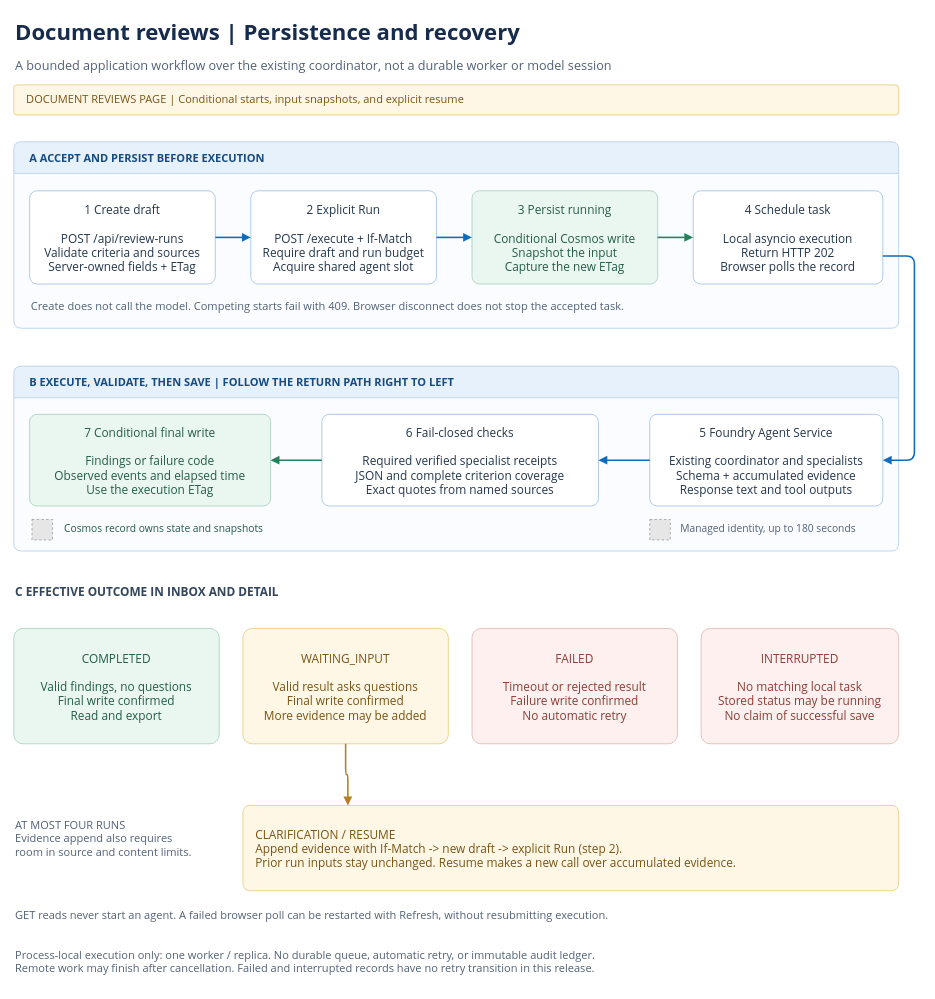
The draw.io diagram docs/images/review-lifecycle.drawio in michael-rechani/foundry-agent-accelerator, before the edit. Source tidied: cells renumbered, new cells numbered last; positions are measured from the earlier drawing's top-left corner, leaving out a move shared by most shapes. Both pictures are drawn from the tidied source at 79%, with x=0, y=0 at pixel (13, 13). Pictures stored in the file or linked from it are replaced by grey dashed boxes.
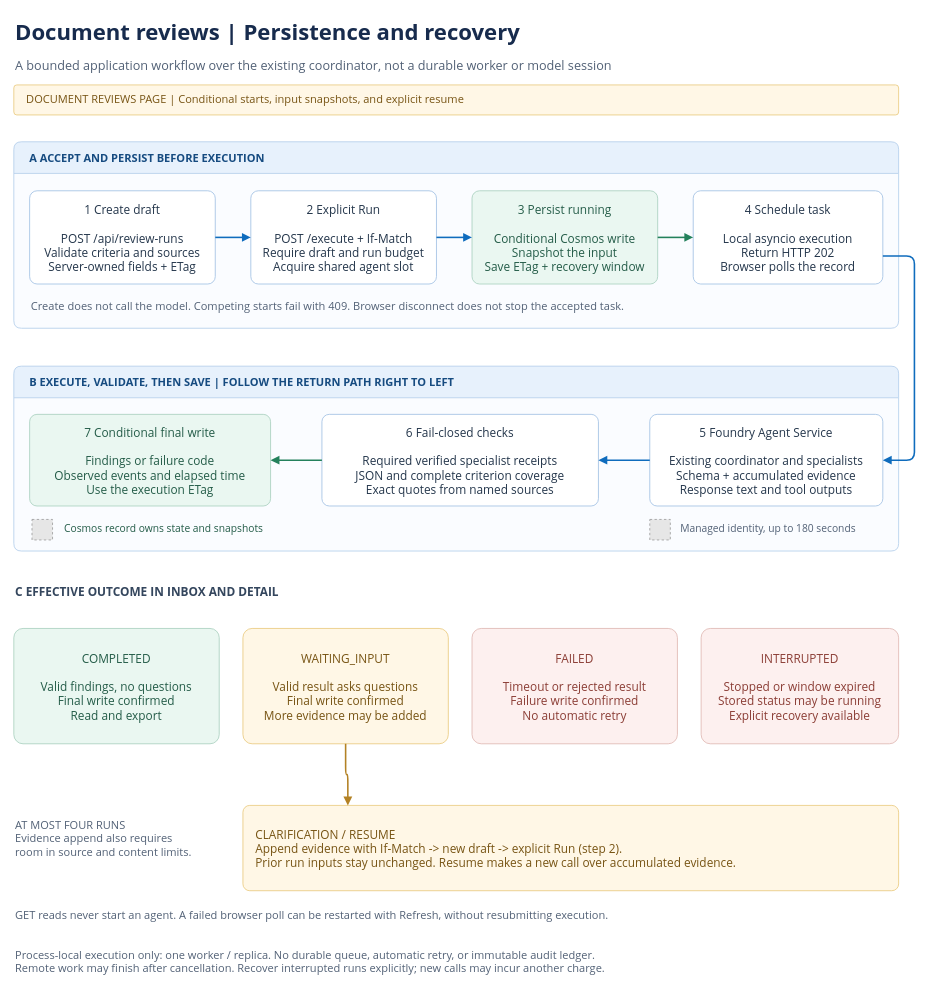
The same diagram, later.

Commit message (it also covers changes not shown here):
Add explicit recovery for interrupted document reviews

What changed in the source:
```diff
@@
-    <mxCell id="8" value="3  Persist running&#10;&#10;Conditional Cosmos write&#10;Snapshot the input&#10;Capture the new ETag" style="rounded=1;arcSize=8;whiteSpace=wrap;html=0;fillColor=#EAF7F1;strokeColor=#A6CEBC;fontFamily=Segoe UI;fontSize=15;fontColor=#245C48;spacing=10;" parent="1" vertex="1">
+    <mxCell id="8" value="3  Persist running&#10;&#10;Conditional Cosmos write&#10;Snapshot the input&#10;Save ETag + recovery window" style="rounded=1;arcSize=8;whiteSpace=wrap;html=0;fillColor=#EAF7F1;strokeColor=#A6CEBC;fontFamily=Segoe UI;fontSize=15;fontColor=#245C48;spacing=10;" parent="1" vertex="1">
       <mxGeometry x="580" y="224" width="235" height="118" as="geometry" />
     </mxCell>
@@
-    <mxCell id="29" value="INTERRUPTED&#10;&#10;No matching local task&#10;Stored status may be running&#10;No claim of successful save" style="rounded=1;arcSize=8;whiteSpace=wrap;html=0;fillColor=#FDF0EF;strokeColor=#DFB5AF;fontFamily=Segoe UI;fontSize=15;fontColor=#8B3D35;spacing=12;" parent="1" vertex="1">
+    <mxCell id="29" value="INTERRUPTED&#10;&#10;Stopped or window expired&#10;Stored status may be running&#10;Explicit recovery available" style="rounded=1;arcSize=8;whiteSpace=wrap;html=0;fillColor=#FDF0EF;strokeColor=#DFB5AF;fontFamily=Segoe UI;fontSize=15;fontColor=#8B3D35;spacing=12;" parent="1" vertex="1">
       <mxGeometry x="870" y="778" width="250" height="146" as="geometry" />
     </mxCell>
@@
-    <mxCell id="34" value="Process-local execution only: one worker / replica. No durable queue, automatic retry, or immutable audit ledger.&#10;Remote work may finish after cancellation. Failed and interrupted records have no retry transition in this release." style="text;html=0;align=left;fontFamily=Segoe UI;fontSize=14;fontColor=#526176;" parent="1" vertex="1">
+    <mxCell id="34" value="Process-local execution only: one worker / replica. No durable queue, automatic retry, or immutable audit ledger.&#10;Remote work may finish after cancellation. Recover interrupted runs explicitly; new calls may incur another charge." style="text;html=0;align=left;fontFamily=Segoe UI;fontSize=14;fontColor=#526176;" parent="1" vertex="1">
       <mxGeometry y="1177" width="1120" height="54" as="geometry" />
     </mxCell>
```
